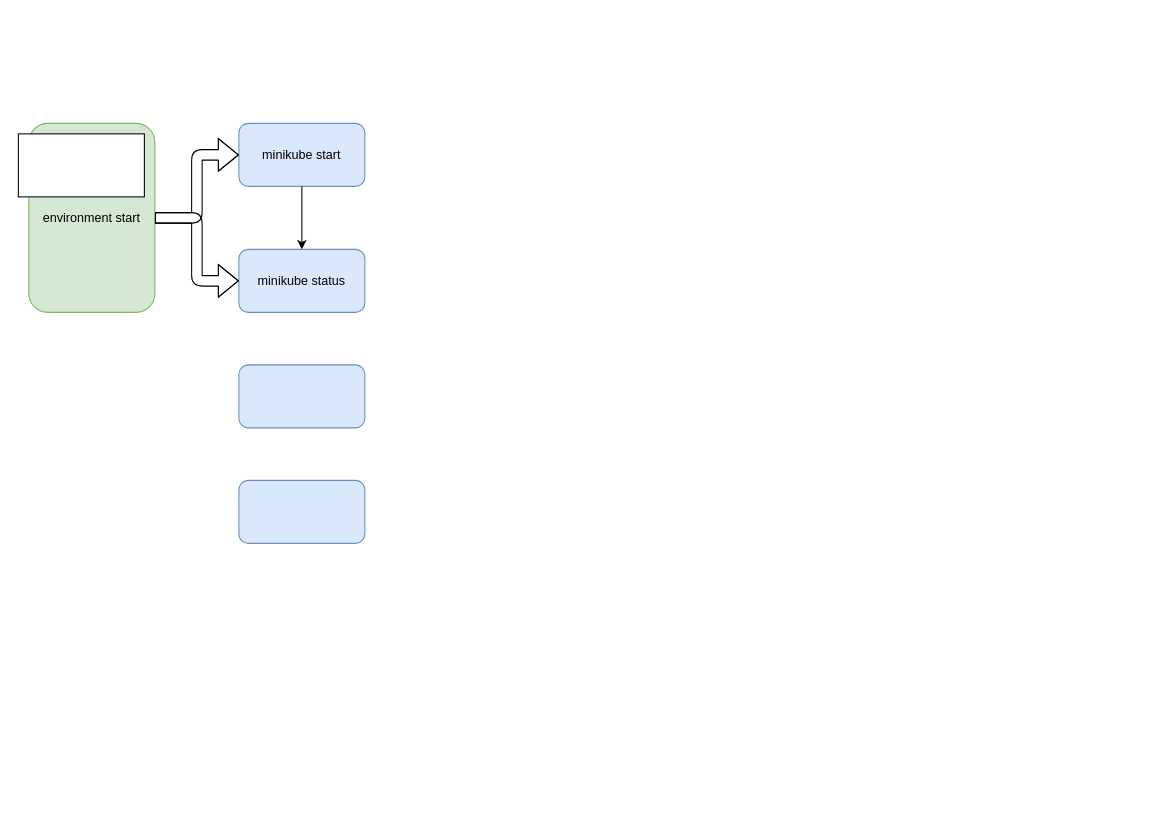
Earlier version of the draw.io diagram 1_Journey/1.5_DrawIo.grafana_automation.drawio (JPHardy/grafana-automation). Source tidied: cells renumbered, new cells numbered last; positions are measured from the earlier drawing's top-left corner, leaving out a move shared by most shapes. Both pictures are drawn from the tidied source at 105%, with x=0, y=0 at pixel (18, 123).
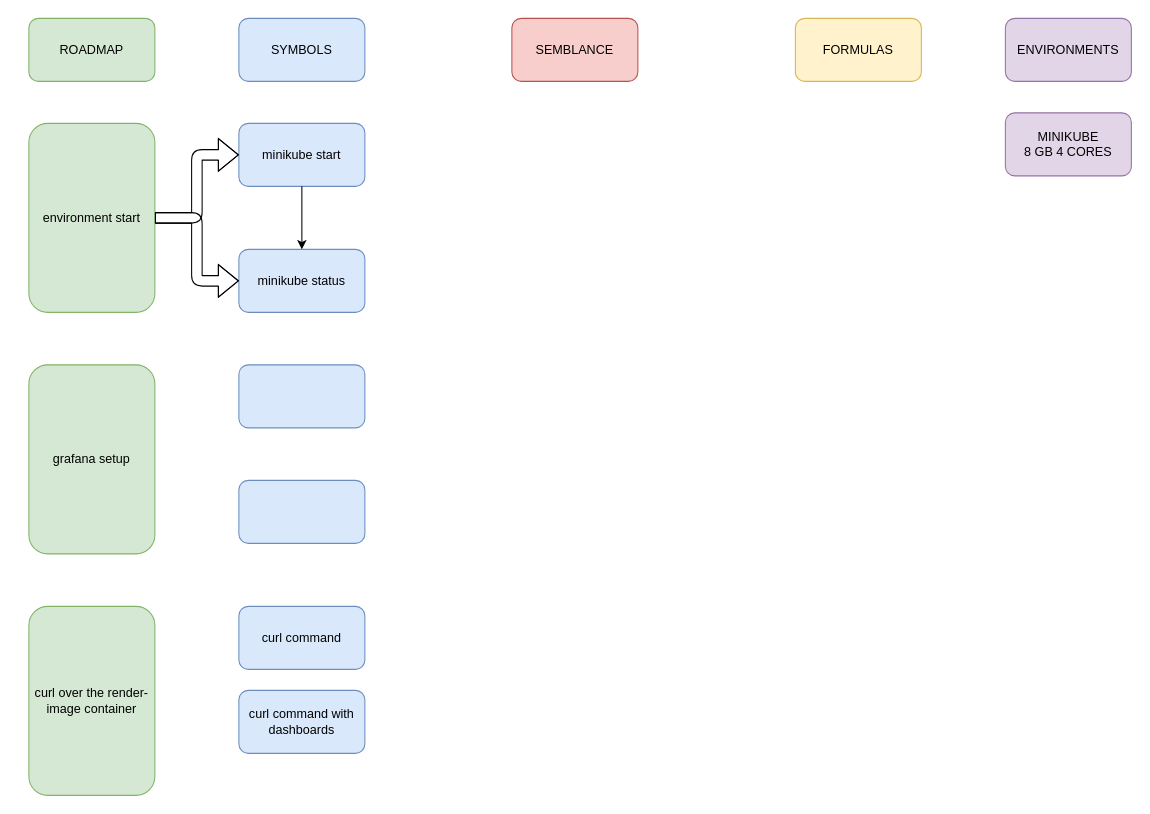
Above is the later version.

The edit, as a diff of the source:
```diff
@@
-    <mxCell id="10" style="whiteSpace=wrap;html=1;" parent="1" vertex="1">
-      <mxGeometry y="10" width="120" height="60" as="geometry" />
+    <mxCell id="10" value="grafana setup" style="rounded=1;whiteSpace=wrap;html=1;fillColor=#d5e8d4;strokeColor=#82b366;" parent="1" vertex="1">
+      <mxGeometry x="10" y="230" width="120" height="180" as="geometry" />
     </mxCell>
+    <mxCell id="11" value="curl over the render-image container" style="rounded=1;whiteSpace=wrap;html=1;fillColor=#d5e8d4;strokeColor=#82b366;" parent="1" vertex="1">
+      <mxGeometry x="10" y="460" width="120" height="180" as="geometry" />
+    </mxCell>
+    <mxCell id="12" value="curl command" style="rounded=1;whiteSpace=wrap;html=1;fillColor=#dae8fc;strokeColor=#6c8ebf;" parent="1" vertex="1">
+      <mxGeometry x="210" y="460" width="120" height="60" as="geometry" />
+    </mxCell>
+    <mxCell id="13" value="curl command with dashboards" style="rounded=1;whiteSpace=wrap;html=1;fillColor=#dae8fc;strokeColor=#6c8ebf;" parent="1" vertex="1">
+      <mxGeometry x="210" y="540" width="120" height="60" as="geometry" />
+    </mxCell>
+    <mxCell id="14" value="SYMBOLS" style="rounded=1;whiteSpace=wrap;html=1;fillColor=#dae8fc;strokeColor=#6c8ebf;" parent="1" vertex="1">
+      <mxGeometry x="210" y="-100" width="120" height="60" as="geometry" />
+    </mxCell>
+    <mxCell id="15" value="ROADMAP" style="rounded=1;whiteSpace=wrap;html=1;fillColor=#d5e8d4;strokeColor=#82b366;" parent="1" vertex="1">
+      <mxGeometry x="10" y="-100" width="120" height="60" as="geometry" />
+    </mxCell>
+    <mxCell id="16" value="SEMBLANCE" style="rounded=1;whiteSpace=wrap;html=1;fillColor=#f8cecc;strokeColor=#b85450;" parent="1" vertex="1">
+      <mxGeometry x="470" y="-100" width="120" height="60" as="geometry" />
+    </mxCell>
+    <mxCell id="17" value="FORMULAS" style="rounded=1;whiteSpace=wrap;html=1;fillColor=#fff2cc;strokeColor=#d6b656;" parent="1" vertex="1">
+      <mxGeometry x="740" y="-100" width="120" height="60" as="geometry" />
+    </mxCell>
+    <mxCell id="18" value="ENVIRONMENTS" style="rounded=1;whiteSpace=wrap;html=1;fillColor=#e1d5e7;strokeColor=#9673a6;" parent="1" vertex="1">
+      <mxGeometry x="940" y="-100" width="120" height="60" as="geometry" />
+    </mxCell>
+    <mxCell id="19" value="MINIKUBE &lt;br&gt;8 GB 4 CORES" style="rounded=1;whiteSpace=wrap;html=1;fillColor=#e1d5e7;strokeColor=#9673a6;" parent="1" vertex="1">
+      <mxGeometry x="940" y="-10" width="120" height="60" as="geometry" />
+    </mxCell>
```
